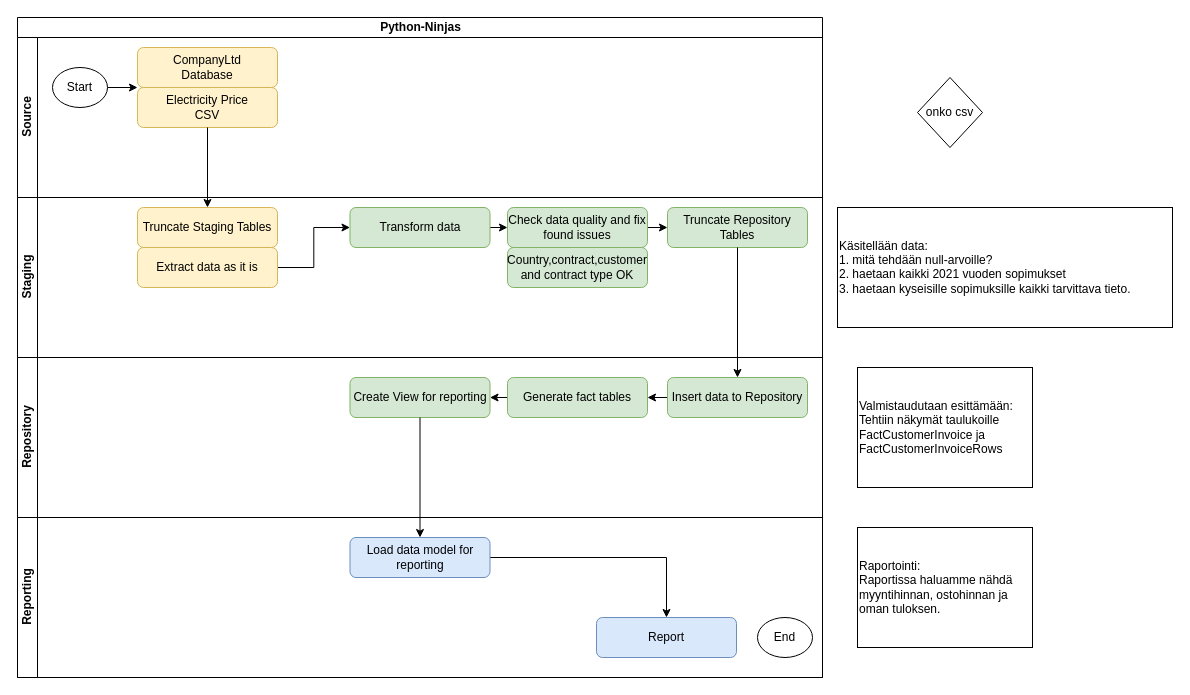
Before: Data-arkkitehtuuri - Esa/ETL-Prosessikaavio.drawio in joni23008/Python-Ninjas-Projectworks, a draw.io diagram. Source tidied: cells renumbered, new cells numbered last; positions are measured from the earlier drawing's top-left corner, leaving out a move shared by most shapes. Both pictures are drawn from the tidied source at 100%, with x=0, y=0 at pixel (17, 17).
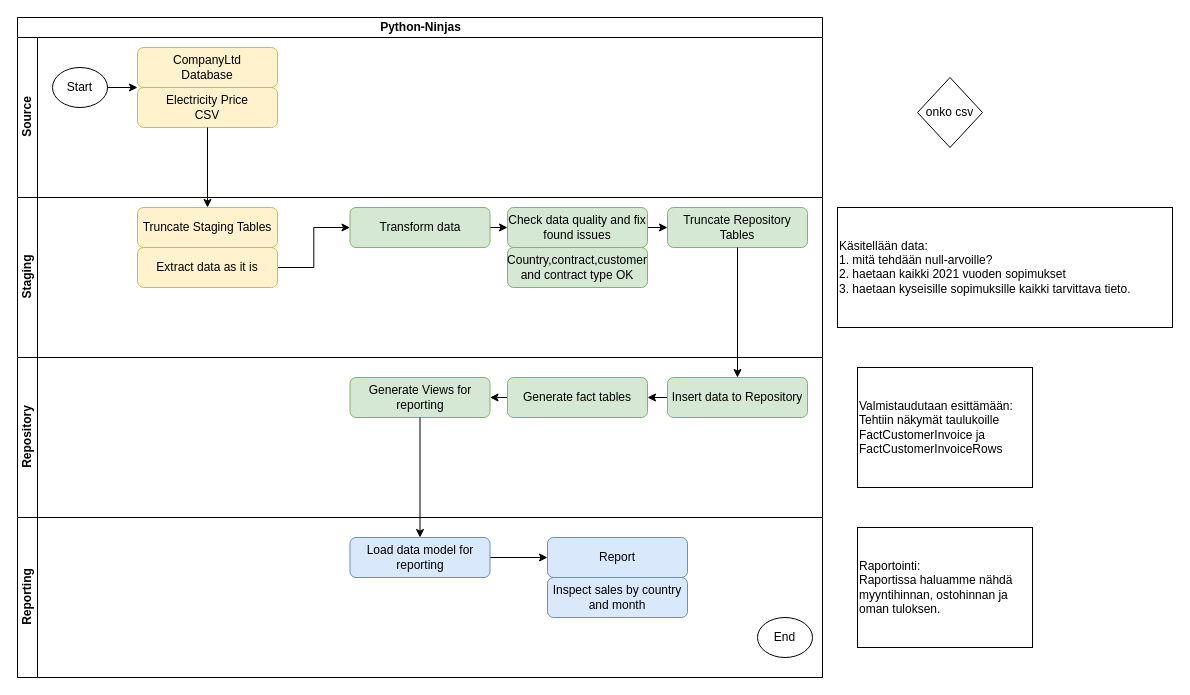
After the change.

Unchanged cells that the change refers to:
```xml
<mxCell id="18" value="Repository" style="swimlane;startSize=20;horizontal=0;html=1;" parent="2" vertex="1">
  <mxGeometry y="340" width="805" height="160" as="geometry" />
</mxCell>
<mxCell id="24" value="Reporting" style="swimlane;startSize=20;horizontal=0;html=1;" parent="2" vertex="1">
  <mxGeometry y="500" width="805" height="160" as="geometry" />
</mxCell>
<mxCell id="26" value="Load data model for reporting" style="rounded=1;whiteSpace=wrap;html=1;fillColor=#dae8fc;strokeColor=#6c8ebf;" parent="24" vertex="1">
  <mxGeometry x="332.5" y="20" width="140" height="40" as="geometry" />
</mxCell>
```

Diff of the diagram source:
```diff
@@
-    <mxCell id="19" value="Create View for reporting" style="rounded=1;whiteSpace=wrap;html=1;fillColor=#d5e8d4;strokeColor=#82b366;" parent="18" vertex="1">
+    <mxCell id="19" value="Generate Views for reporting" style="rounded=1;whiteSpace=wrap;html=1;fillColor=#d5e8d4;strokeColor=#82b366;" parent="18" vertex="1">
       <mxGeometry x="332.5" y="20" width="140" height="40" as="geometry" />
     </mxCell>
@@
-    <mxCell id="25" style="edgeStyle=orthogonalEdgeStyle;rounded=0;jettySize=auto;html=1;entryX=0.5;entryY=0;entryDx=0;entryDy=0;" parent="24" edge="1" source="26" target="27">
+    <mxCell id="25" style="edgeStyle=orthogonalEdgeStyle;rounded=0;jettySize=auto;html=1;exitX=1;exitY=0.5;exitDx=0;exitDy=0;entryX=0;entryY=0.5;entryDx=0;entryDy=0;" parent="24" edge="1" source="26" target="27">
       <mxGeometry relative="1" as="geometry" />
     </mxCell>
@@
     <mxCell id="27" value="Report" style="rounded=1;whiteSpace=wrap;html=1;fillColor=#dae8fc;strokeColor=#6c8ebf;" parent="24" vertex="1">
-      <mxGeometry x="579" y="100" width="140" height="40" as="geometry" />
+      <mxGeometry x="530" y="20" width="140" height="40" as="geometry" />
     </mxCell>
@@
+    <mxCell id="36" value="Inspect sales by country and month" style="rounded=1;whiteSpace=wrap;html=1;fillColor=#dae8fc;strokeColor=#6c8ebf;" parent="24" vertex="1">
+      <mxGeometry x="530" y="60" width="140" height="40" as="geometry" />
+    </mxCell>
```
